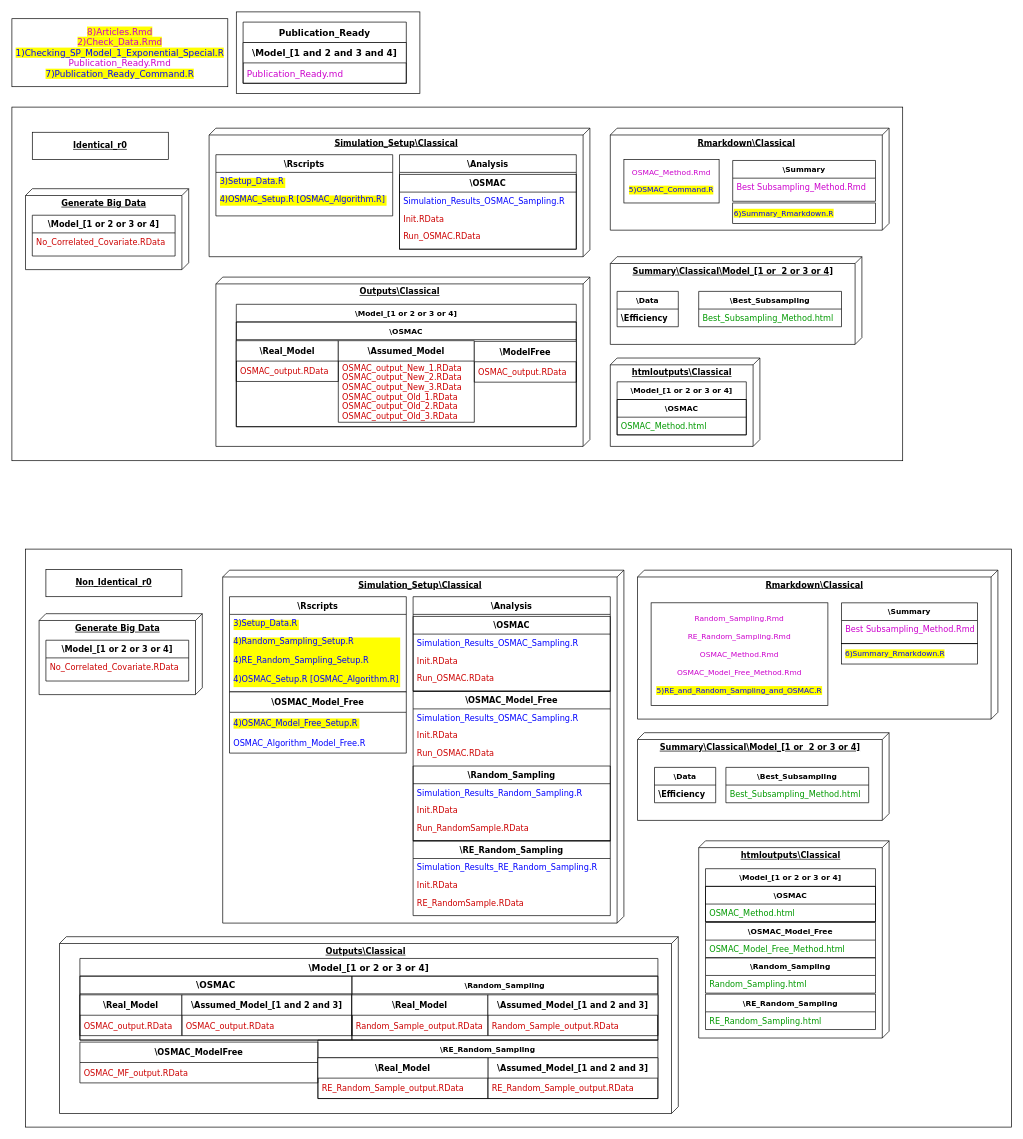
Above: Images/Brief_FullDiagram.drawio in Amalan-ConStat/RS_OS_MROS_LR_TwoVar_Exponential (draw.io), before the change. Source tidied: cells renumbered, new cells numbered last; positions are measured from the earlier drawing's top-left corner, leaving out a move shared by most shapes. Both pictures are drawn from the tidied source at 68%, with x=0, y=0 at pixel (12, 12).
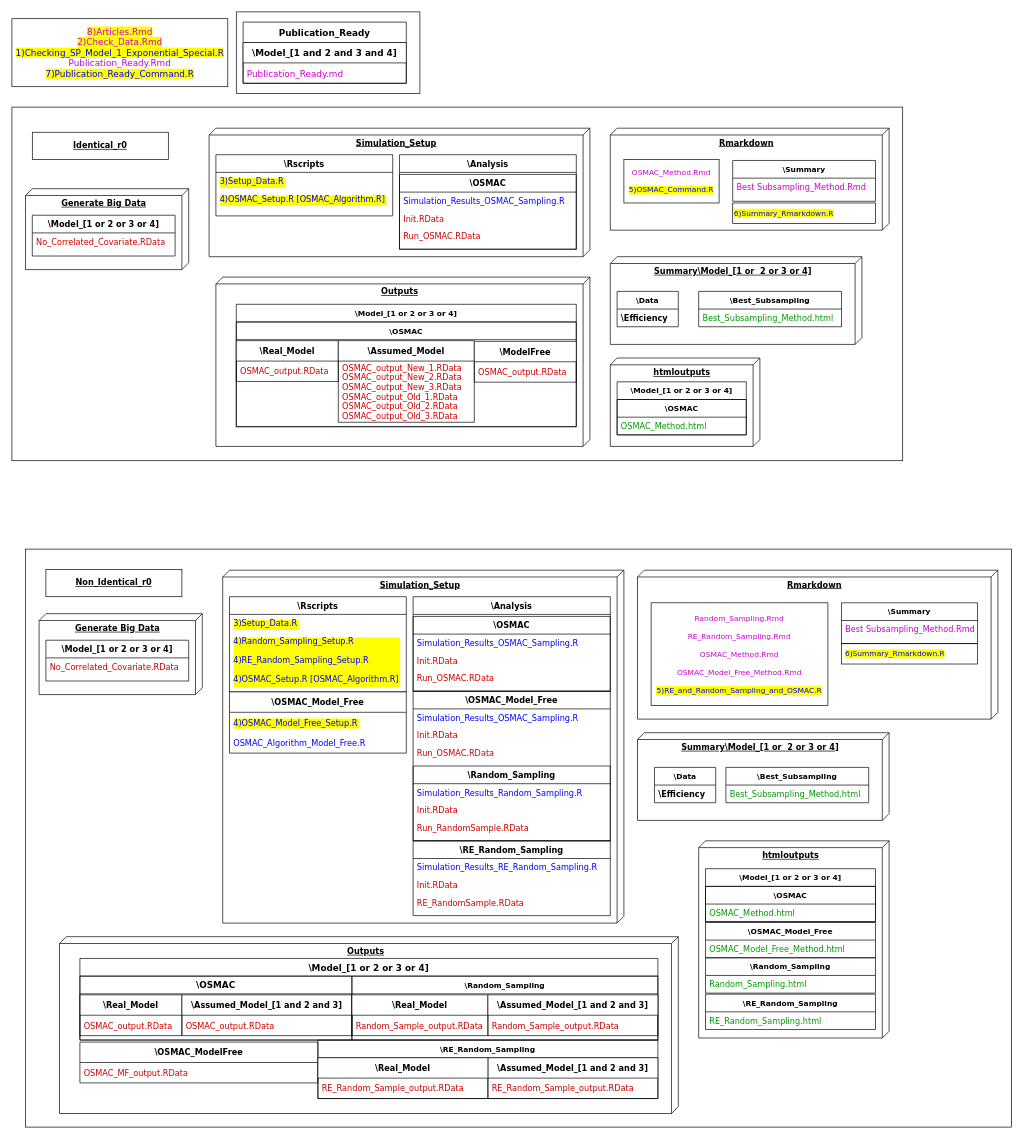
After the change.

The edit, as a diff of the source:
```diff
@@
-    <mxCell id="6" value="htmloutputs\Classical&lt;br&gt;&lt;br&gt;" style="verticalAlign=top;align=center;spacingTop=8;spacingLeft=2;spacingRight=12;shape=cube;size=10;direction=south;fontStyle=5;html=1;rounded=0;shadow=0;comic=0;labelBackgroundColor=none;strokeWidth=1;fontFamily=Verdana;fontSize=12;" parent="1" vertex="1">
+    <mxCell id="6" value="htmloutputs&lt;br&gt;" style="verticalAlign=top;align=center;spacingTop=8;spacingLeft=2;spacingRight=12;shape=cube;size=10;direction=south;fontStyle=5;html=1;rounded=0;shadow=0;comic=0;labelBackgroundColor=none;strokeWidth=1;fontFamily=Verdana;fontSize=12;" parent="1" vertex="1">
       <mxGeometry x="880" y="509" width="220" height="130" as="geometry" />
     </mxCell>
-    <mxCell id="7" value="Outputs\Classical" style="verticalAlign=top;align=center;spacingTop=8;spacingLeft=2;spacingRight=12;shape=cube;size=10;direction=south;fontStyle=5;html=1;rounded=0;shadow=0;comic=0;labelBackgroundColor=none;strokeWidth=1;fontFamily=Verdana;fontSize=12;" parent="1" vertex="1">
+    <mxCell id="7" value="Outputs" style="verticalAlign=top;align=center;spacingTop=8;spacingLeft=2;spacingRight=12;shape=cube;size=10;direction=south;fontStyle=5;html=1;rounded=0;shadow=0;comic=0;labelBackgroundColor=none;strokeWidth=1;fontFamily=Verdana;fontSize=12;" parent="1" vertex="1">
       <mxGeometry x="300" y="390" width="550" height="249" as="geometry" />
     </mxCell>
-    <mxCell id="8" value="&lt;b&gt;Rmarkdown\Classical&lt;/b&gt;" style="verticalAlign=top;align=center;spacingTop=8;spacingLeft=2;spacingRight=12;shape=cube;size=10;direction=south;fontStyle=4;html=1;rounded=0;shadow=0;comic=0;labelBackgroundColor=none;strokeWidth=1;fontFamily=Verdana;fontSize=12;" parent="1" vertex="1">
+    <mxCell id="8" value="&lt;b&gt;Rmarkdown&lt;/b&gt;" style="verticalAlign=top;align=center;spacingTop=8;spacingLeft=2;spacingRight=12;shape=cube;size=10;direction=south;fontStyle=4;html=1;rounded=0;shadow=0;comic=0;labelBackgroundColor=none;strokeWidth=1;fontFamily=Verdana;fontSize=12;" parent="1" vertex="1">
       <mxGeometry x="880" y="171" width="410" height="150" as="geometry" />
     </mxCell>
-    <mxCell id="9" value="Simulation_Setup\Classical" style="verticalAlign=top;align=center;spacingTop=8;spacingLeft=2;spacingRight=12;shape=cube;size=10;direction=south;fontStyle=5;html=1;rounded=0;shadow=0;comic=0;labelBackgroundColor=none;strokeWidth=1;fontFamily=Verdana;fontSize=12;" parent="1" vertex="1">
+    <mxCell id="9" value="Simulation_Setup" style="verticalAlign=top;align=center;spacingTop=8;spacingLeft=2;spacingRight=12;shape=cube;size=10;direction=south;fontStyle=5;html=1;rounded=0;shadow=0;comic=0;labelBackgroundColor=none;strokeWidth=1;fontFamily=Verdana;fontSize=12;" parent="1" vertex="1">
       <mxGeometry x="290" y="171" width="560" height="189" as="geometry" />
     </mxCell>
-    <mxCell id="10" value="&lt;b&gt;Summary\Classical\Model_[1 or&amp;nbsp; 2 or 3 or 4]&lt;/b&gt;" style="verticalAlign=top;align=center;spacingTop=8;spacingLeft=2;spacingRight=12;shape=cube;size=10;direction=south;fontStyle=4;html=1;rounded=0;shadow=0;comic=0;labelBackgroundColor=none;strokeWidth=1;fontFamily=Verdana;fontSize=12;" parent="1" vertex="1">
+    <mxCell id="10" value="&lt;b&gt;Summary\Model_[1 or&amp;nbsp; 2 or 3 or 4]&lt;/b&gt;" style="verticalAlign=top;align=center;spacingTop=8;spacingLeft=2;spacingRight=12;shape=cube;size=10;direction=south;fontStyle=4;html=1;rounded=0;shadow=0;comic=0;labelBackgroundColor=none;strokeWidth=1;fontFamily=Verdana;fontSize=12;" parent="1" vertex="1">
       <mxGeometry x="880" y="360" width="370" height="129" as="geometry" />
     </mxCell>
@@
-    <mxCell id="42" value="htmloutputs\Classical&lt;br&gt;&lt;br&gt;" style="verticalAlign=top;align=center;spacingTop=8;spacingLeft=2;spacingRight=12;shape=cube;size=10;direction=south;fontStyle=5;html=1;rounded=0;shadow=0;comic=0;labelBackgroundColor=none;strokeWidth=1;fontFamily=Verdana;fontSize=12;" parent="1" vertex="1">
+    <mxCell id="42" value="htmloutputs&lt;br&gt;" style="verticalAlign=top;align=center;spacingTop=8;spacingLeft=2;spacingRight=12;shape=cube;size=10;direction=south;fontStyle=5;html=1;rounded=0;shadow=0;comic=0;labelBackgroundColor=none;strokeWidth=1;fontFamily=Verdana;fontSize=12;" parent="1" vertex="1">
       <mxGeometry x="1010" y="1219" width="280" height="290" as="geometry" />
     </mxCell>
-    <mxCell id="43" value="Outputs\Classical" style="verticalAlign=top;align=center;spacingTop=8;spacingLeft=2;spacingRight=12;shape=cube;size=10;direction=south;fontStyle=5;html=1;rounded=0;shadow=0;comic=0;labelBackgroundColor=none;strokeWidth=1;fontFamily=Verdana;fontSize=12;" parent="1" vertex="1">
+    <mxCell id="43" value="Outputs" style="verticalAlign=top;align=center;spacingTop=8;spacingLeft=2;spacingRight=12;shape=cube;size=10;direction=south;fontStyle=5;html=1;rounded=0;shadow=0;comic=0;labelBackgroundColor=none;strokeWidth=1;fontFamily=Verdana;fontSize=12;" parent="1" vertex="1">
       <mxGeometry x="70" y="1360" width="910" height="260" as="geometry" />
     </mxCell>
-    <mxCell id="44" value="&lt;b&gt;Rmarkdown\Classical&lt;/b&gt;" style="verticalAlign=top;align=center;spacingTop=8;spacingLeft=2;spacingRight=12;shape=cube;size=10;direction=south;fontStyle=4;html=1;rounded=0;shadow=0;comic=0;labelBackgroundColor=none;strokeWidth=1;fontFamily=Verdana;fontSize=12;" parent="1" vertex="1">
+    <mxCell id="44" value="&lt;b&gt;Rmarkdown&lt;/b&gt;" style="verticalAlign=top;align=center;spacingTop=8;spacingLeft=2;spacingRight=12;shape=cube;size=10;direction=south;fontStyle=4;html=1;rounded=0;shadow=0;comic=0;labelBackgroundColor=none;strokeWidth=1;fontFamily=Verdana;fontSize=12;" parent="1" vertex="1">
       <mxGeometry x="920" y="821" width="530" height="219" as="geometry" />
     </mxCell>
-    <mxCell id="45" value="Simulation_Setup\Classical" style="verticalAlign=top;align=center;spacingTop=8;spacingLeft=2;spacingRight=12;shape=cube;size=10;direction=south;fontStyle=5;html=1;rounded=0;shadow=0;comic=0;labelBackgroundColor=none;strokeWidth=1;fontFamily=Verdana;fontSize=12;" parent="1" vertex="1">
+    <mxCell id="45" value="Simulation_Setup" style="verticalAlign=top;align=center;spacingTop=8;spacingLeft=2;spacingRight=12;shape=cube;size=10;direction=south;fontStyle=5;html=1;rounded=0;shadow=0;comic=0;labelBackgroundColor=none;strokeWidth=1;fontFamily=Verdana;fontSize=12;" parent="1" vertex="1">
       <mxGeometry x="310" y="821" width="590" height="519" as="geometry" />
     </mxCell>
-    <mxCell id="46" value="&lt;b&gt;Summary\Classical\Model_[1 or&amp;nbsp; 2 or 3 or 4]&lt;/b&gt;" style="verticalAlign=top;align=center;spacingTop=8;spacingLeft=2;spacingRight=12;shape=cube;size=10;direction=south;fontStyle=4;html=1;rounded=0;shadow=0;comic=0;labelBackgroundColor=none;strokeWidth=1;fontFamily=Verdana;fontSize=12;" parent="1" vertex="1">
+    <mxCell id="46" value="&lt;b&gt;Summary\Model_[1 or&amp;nbsp; 2 or 3 or 4]&lt;/b&gt;" style="verticalAlign=top;align=center;spacingTop=8;spacingLeft=2;spacingRight=12;shape=cube;size=10;direction=south;fontStyle=4;html=1;rounded=0;shadow=0;comic=0;labelBackgroundColor=none;strokeWidth=1;fontFamily=Verdana;fontSize=12;" parent="1" vertex="1">
       <mxGeometry x="920" y="1060" width="370" height="129" as="geometry" />
     </mxCell>
```
